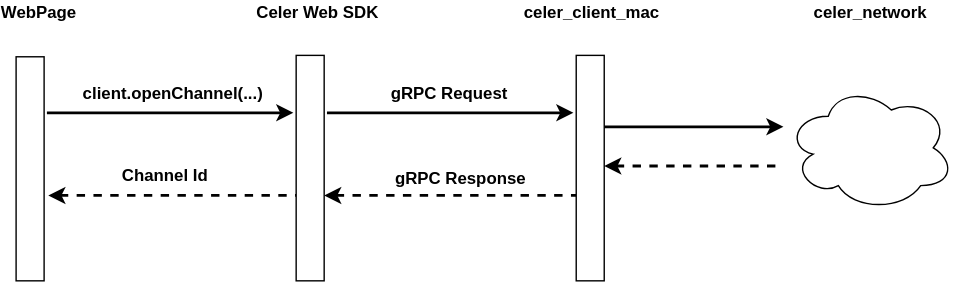
Above: docs/img/celer-open-channel-seq.svg in celer-network/celer-web-sdk (draw.io), before the change. Source tidied: cells renumbered, new cells last; positions are measured from the earlier drawing's top-left corner, leaving out a move shared by most shapes.
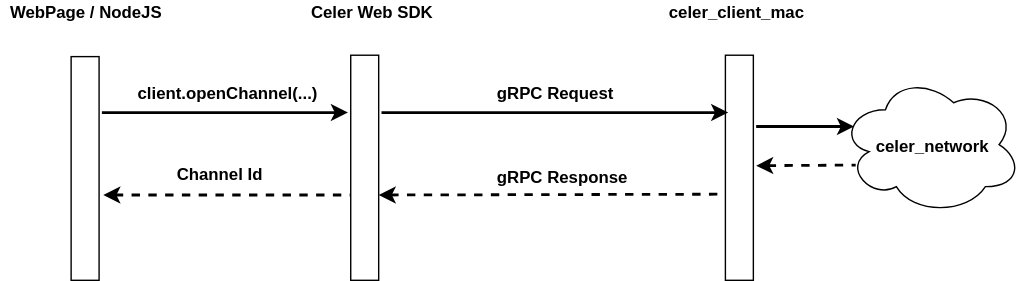
After the commit.

Commit message:
Renew scheme and add draw.io source file

What changed in the source:
```diff
@@ -1,23 +1,25 @@
-<mxGraphModel>
+<mxGraphModel background="#ffffff">
   <root>
     <mxCell id="0" />
     <mxCell id="1" parent="0" />
+    <mxCell id="16" style="ellipse;shape=cloud;whiteSpace=wrap;html=1;" parent="1" vertex="1">
+      <mxGeometry x="560" y="53" width="130" height="100" as="geometry" />
+    </mxCell>
-    <mxCell id="2" value="WebPage" style="text;html=1;strokeColor=none;fillColor=none;align=center;verticalAlign=middle;whiteSpace=wrap;rounded=0;fontStyle=1;horizontal=1;labelBorderColor=none;" parent="1" vertex="1">
-      <mxGeometry width="50" height="15" as="geometry" />
+    <mxCell id="2" value="WebPage / NodeJS" style="text;html=1;strokeColor=none;fillColor=none;align=center;verticalAlign=middle;whiteSpace=wrap;rounded=0;fontStyle=1;horizontal=1;labelBorderColor=none;" parent="1" vertex="1">
+      <mxGeometry x="-40" width="120" height="15" as="geometry" />
     </mxCell>
     <mxCell id="3" value="Celer Web SDK" style="text;html=1;fontStyle=1;verticalAlign=middle;horizontal=1;labelBorderColor=none;" parent="1" vertex="1">
       <mxGeometry x="180" width="91" height="15" as="geometry" />
     </mxCell>
     <mxCell id="4" value="celer_client_mac" style="text;html=1;fontStyle=1;verticalAlign=middle;horizontal=1;labelBorderColor=none;" parent="1" vertex="1">
-      <mxGeometry x="371" width="107" height="15" as="geometry" />
+      <mxGeometry x="435.5" width="107" height="15" as="geometry" />
     </mxCell>
     <mxCell id="5" value="celer_network" style="text;html=1;fontStyle=1;verticalAlign=middle;horizontal=1;labelBorderColor=none;" parent="1" vertex="1">
-      <mxGeometry x="578" width="80" height="15" as="geometry" />
+      <mxGeometry x="584" y="96.5" width="80" height="15" as="geometry" />
     </mxCell>
-    <mxCell id="6" style="endArrow=none;html=1;strokeWidth=2;exitX=1;exitY=0.495;exitDx=0;exitDy=0;exitPerimeter=0;startArrow=classic;startFill=1;endFill=0;dashed=1;" parent="1" edge="1">
+    <mxCell id="6" style="endArrow=none;html=1;strokeWidth=2;exitX=1;exitY=0.495;exitDx=0;exitDy=0;exitPerimeter=0;startArrow=classic;startFill=1;endFill=0;dashed=1;entryX=0.106;entryY=0.617;entryDx=0;entryDy=0;entryPerimeter=0;" parent="1" edge="1" target="8">
       <mxGeometry relative="1" as="geometry">
         <mxPoint x="230" y="139" as="sourcePoint" />
-        <mxPoint x="410" y="139" as="targetPoint" />
       </mxGeometry>
     </mxCell>
     <mxCell id="7" style="endArrow=none;html=1;strokeWidth=2;startArrow=classic;startFill=1;endFill=0;dashed=1;" parent="1" edge="1">
@@ -27,7 +29,7 @@
       </mxGeometry>
     </mxCell>
     <mxCell id="8" style="html=1;points=[];perimeter=orthogonalPerimeter;" parent="1" vertex="1">
-      <mxGeometry x="410" y="39" width="20" height="161" as="geometry" />
+      <mxGeometry x="478" y="39" width="20" height="161" as="geometry" />
     </mxCell>
     <mxCell id="9" style="html=1;perimeter=orthogonalPerimeter;" parent="1" vertex="1">
       <mxGeometry x="210" y="39" width="20" height="161" as="geometry" />
@@ -35,14 +37,13 @@
     <mxCell id="10" style="html=1;perimeter=orthogonalPerimeter;" parent="1" vertex="1">
       <mxGeometry x="10" y="40" width="20" height="160" as="geometry" />
     </mxCell>
-    <mxCell id="11" style="endArrow=classic;html=1;strokeWidth=2;" parent="1" edge="1">
+    <mxCell id="11" style="endArrow=classic;html=1;strokeWidth=2;entryX=0.1;entryY=0.255;entryDx=0;entryDy=0;entryPerimeter=0;" parent="1" edge="1" target="8">
       <mxGeometry relative="1" as="geometry">
         <mxPoint x="232" y="80" as="sourcePoint" />
-        <mxPoint x="408" y="80" as="targetPoint" />
       </mxGeometry>
     </mxCell>
     <mxCell id="12" value="gRPC Request" style="text;html=1;fontStyle=1;verticalAlign=middle;horizontal=1;labelBorderColor=none;" parent="1" vertex="1">
-      <mxGeometry x="275.5" y="58.5" width="83" height="15" as="geometry" />
+      <mxGeometry x="312.5" y="58" width="83" height="15" as="geometry" />
     </mxCell>
     <mxCell id="13" style="endArrow=classic;html=1;strokeWidth=2;" parent="1" edge="1">
       <mxGeometry relative="1" as="geometry">
@@ -51,27 +52,23 @@
       </mxGeometry>
     </mxCell>
     <mxCell id="14" value="gRPC Response" style="text;html=1;fontStyle=1;verticalAlign=middle;horizontal=1;labelBorderColor=none;" parent="1" vertex="1">
-      <mxGeometry x="278.5" y="118" width="83" height="15" as="geometry" />
+      <mxGeometry x="312.5" y="118" width="83" height="15" as="geometry" />
     </mxCell>
     <mxCell id="15" value="client.openChannel(...)" style="text;html=1;fontStyle=1;verticalAlign=middle;horizontal=1;labelBorderColor=none;" parent="1" vertex="1">
       <mxGeometry x="56" y="58" width="130" height="15" as="geometry" />
     </mxCell>
-    <mxCell id="16" style="ellipse;shape=cloud;whiteSpace=wrap;html=1;" parent="1" vertex="1">
-      <mxGeometry x="560" y="60" width="120" height="90" as="geometry" />
-    </mxCell>
     <mxCell id="17" style="endArrow=classic;html=1;strokeWidth=2;" parent="1" edge="1">
       <mxGeometry relative="1" as="geometry">
-        <mxPoint x="430" y="90" as="sourcePoint" />
-        <mxPoint x="558" y="90" as="targetPoint" />
+        <mxPoint x="500" y="90" as="sourcePoint" />
+        <mxPoint x="570" y="90" as="targetPoint" />
       </mxGeometry>
     </mxCell>
     <mxCell id="18" value="Channel Id" style="text;html=1;fontStyle=1;verticalAlign=middle;horizontal=1;labelBorderColor=none;" parent="1" vertex="1">
       <mxGeometry x="84" y="116" width="74" height="15" as="geometry" />
     </mxCell>
-    <mxCell id="19" style="endArrow=none;html=1;strokeWidth=2;endFill=0;startArrow=classic;startFill=1;dashed=1;" parent="1" edge="1">
+    <mxCell id="19" style="endArrow=none;html=1;strokeWidth=2;endFill=0;startArrow=classic;startFill=1;dashed=1;entryX=0.087;entryY=0.649;entryDx=0;entryDy=0;entryPerimeter=0;" parent="1" edge="1" target="16">
       <mxGeometry relative="1" as="geometry">
-        <mxPoint x="430" y="118" as="sourcePoint" />
-        <mxPoint x="558" y="118" as="targetPoint" />
+        <mxPoint x="500" y="118" as="sourcePoint" />
       </mxGeometry>
     </mxCell>
   </root>
```
